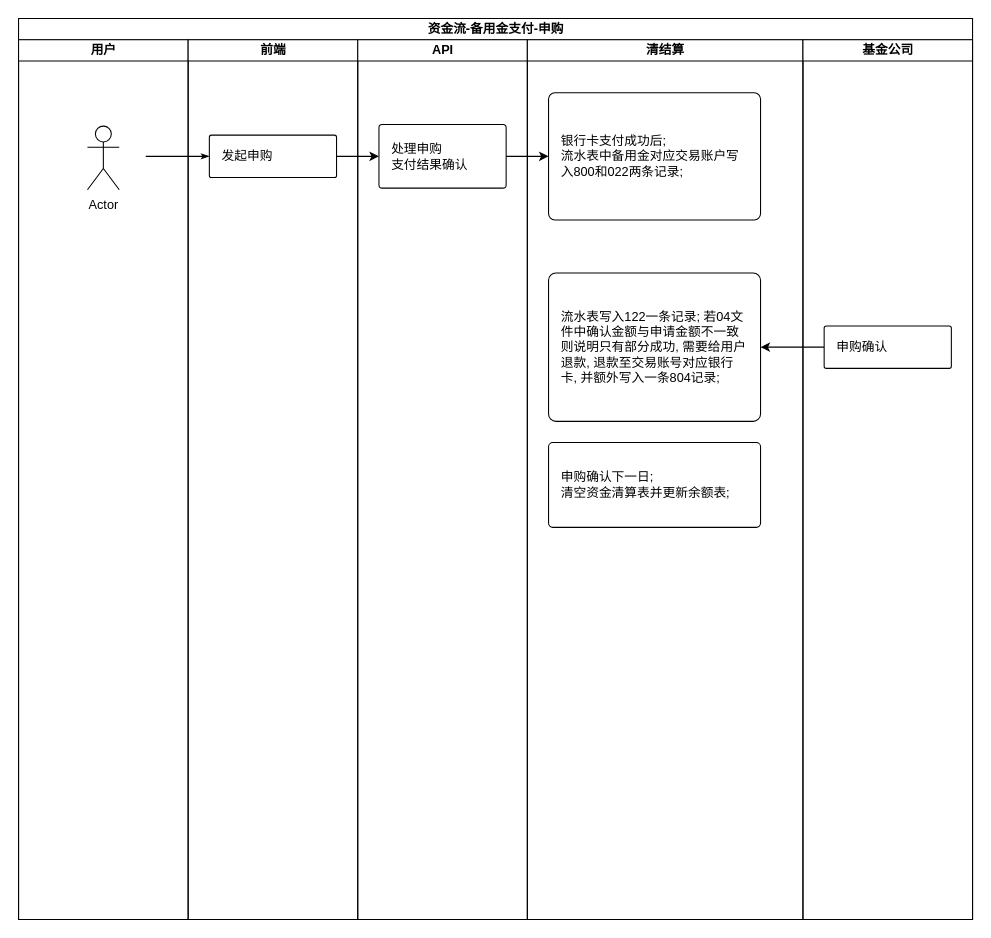
Above: page "申购-备用金支付" (4 of 8) of 2.drawio in xieyx/flow (draw.io), before the change. Source tidied: cells renumbered, new cells numbered last; positions are measured from the earlier drawing's top-left corner, leaving out a move shared by most shapes. Both pictures are drawn from the tidied source at 106%, with x=0, y=0 at pixel (18, 18).
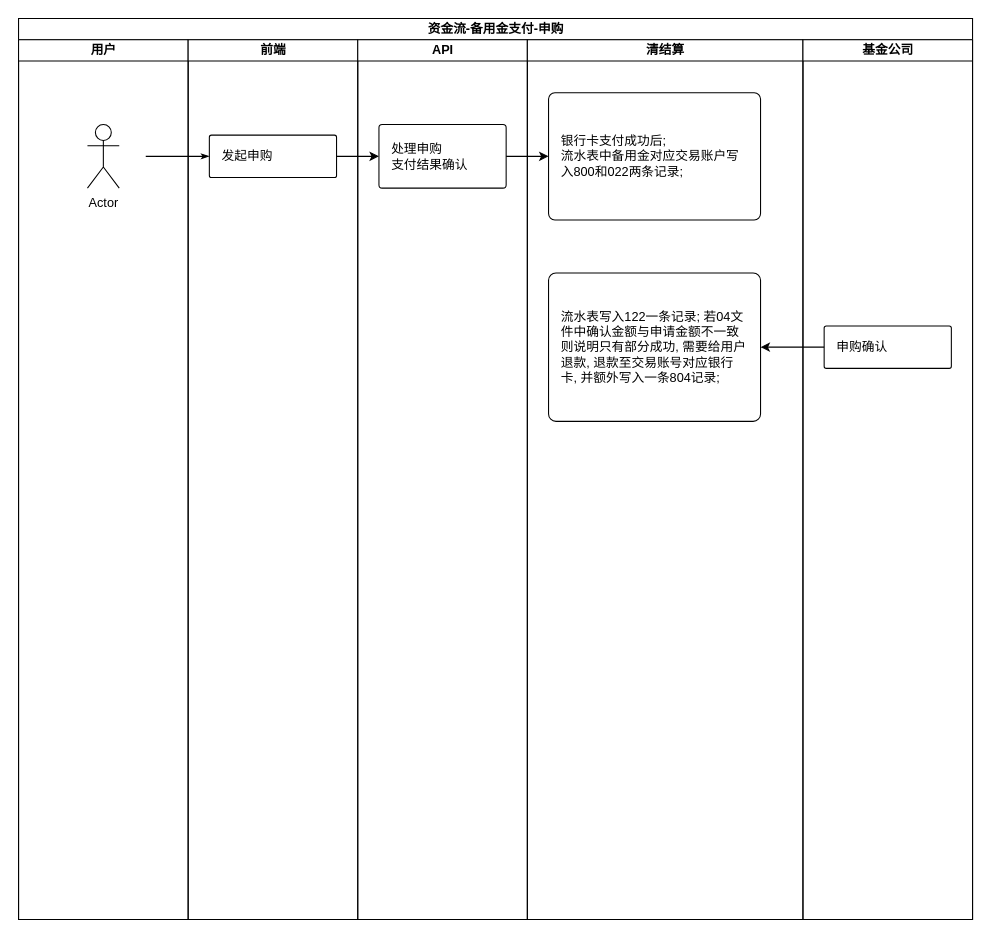
After the change.

The change refers to these unchanged cells:
```xml
<mxCell id="3" value="用户" style="swimlane;html=1;startSize=20;fontFamily=Helvetica;fontSize=12;" parent="2" vertex="1">
  <mxGeometry y="20" width="160" height="830" as="geometry" />
</mxCell>
<mxCell id="12" value="清结算" style="swimlane;html=1;startSize=20;fontFamily=Helvetica;fontSize=12;" parent="2" vertex="1">
  <mxGeometry x="480" y="20" width="260" height="830" as="geometry" />
</mxCell>
```

Diff of the diagram source:
```diff
@@
     <mxCell id="4" value="Actor" style="shape=umlActor;verticalLabelPosition=bottom;verticalAlign=top;html=1;fontFamily=Helvetica;fontSize=12;" parent="3" vertex="1">
-      <mxGeometry x="65" y="81.5" width="30" height="60" as="geometry" />
+      <mxGeometry x="65" y="80" width="30" height="60" as="geometry" />
     </mxCell>
@@
-    <mxCell id="15" value="申购确认下一日;&lt;br&gt;清空资金清算表并更新余额表;" style="rounded=1;whiteSpace=wrap;html=1;align=left;spacingLeft=2;spacingRight=2;spacing=10;arcSize=5;fontFamily=Helvetica;fontSize=12;" parent="12" vertex="1">
-      <mxGeometry x="20" y="380" width="200" height="80" as="geometry" />
-    </mxCell>
```
